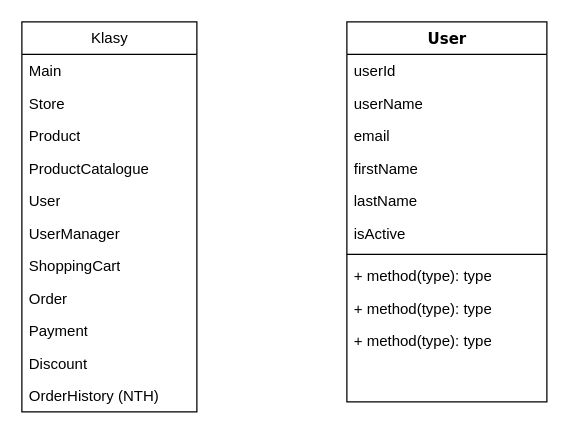
Earlier version of the draw.io diagram Diagram bez tytułu.drawio (barokimPL/drawIoProjekt). Source tidied: cells renumbered, new cells numbered last; positions are measured from the earlier drawing's top-left corner, leaving out a move shared by most shapes. Both pictures are drawn from the tidied source at 125%, with x=0, y=0 at pixel (21, 21).
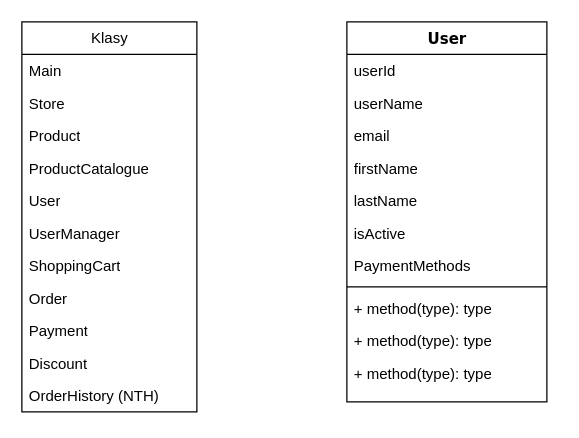
After the change.

The change refers to these unchanged cells:
```xml
<mxCell id="2" value="User" style="swimlane;html=1;fontStyle=1;align=center;verticalAlign=top;horizontal=1;startSize=26;swimlaneFillColor=#ffffff;rounded=0;shadow=0;comic=0;labelBackgroundColor=none;strokeWidth=1;fillColor=none;fontFamily=Verdana;fontSize=12;" parent="1" vertex="1">
  <mxGeometry x="260" width="160" height="304" as="geometry" />
</mxCell>
```

Diff of the diagram source:
```diff
@@
+    <mxCell id="26" value="PaymentMethods" style="text;html=1;strokeColor=none;fillColor=none;align=left;verticalAlign=top;spacingLeft=4;spacingRight=4;whiteSpace=wrap;overflow=hidden;" parent="2" vertex="1">
+      <mxGeometry y="182" width="160" height="26" as="geometry" />
+    </mxCell>
     <mxCell id="9" style="line;html=1;strokeWidth=1;fillColor=none;align=left;verticalAlign=middle;spacingTop=-1;spacingLeft=3;spacingRight=3;labelPosition=right;" parent="2" vertex="1">
-      <mxGeometry y="182" width="160" height="8" as="geometry" />
+      <mxGeometry y="208" width="160" height="8" as="geometry" />
     </mxCell>
     <mxCell id="10" value="+ method(type): type" style="text;html=1;strokeColor=none;fillColor=none;align=left;verticalAlign=top;spacingLeft=4;spacingRight=4;whiteSpace=wrap;overflow=hidden;" parent="2" vertex="1">
-      <mxGeometry y="190" width="160" height="26" as="geometry" />
+      <mxGeometry y="216" width="160" height="26" as="geometry" />
     </mxCell>
     <mxCell id="11" value="+ method(type): type" style="text;html=1;strokeColor=none;fillColor=none;align=left;verticalAlign=top;spacingLeft=4;spacingRight=4;whiteSpace=wrap;overflow=hidden;" parent="2" vertex="1">
-      <mxGeometry y="216" width="160" height="26" as="geometry" />
+      <mxGeometry y="242" width="160" height="26" as="geometry" />
     </mxCell>
     <mxCell id="12" value="+ method(type): type" style="text;html=1;strokeColor=none;fillColor=none;align=left;verticalAlign=top;spacingLeft=4;spacingRight=4;whiteSpace=wrap;overflow=hidden;" parent="2" vertex="1">
-      <mxGeometry y="242" width="160" height="26" as="geometry" />
+      <mxGeometry y="268" width="160" height="26" as="geometry" />
     </mxCell>
```
